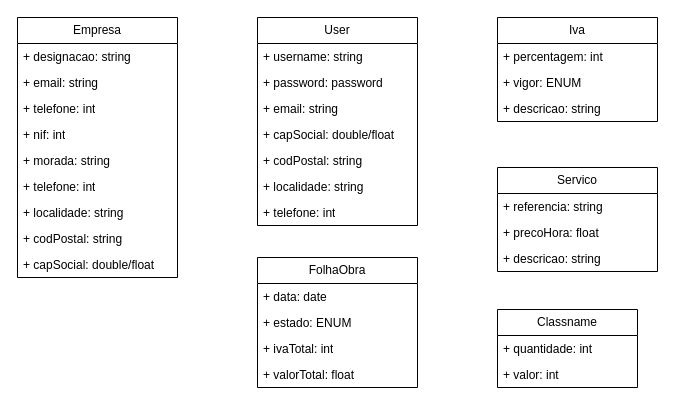
This is doc/ClassDiagram.drawio from doomiinguees/PSI_PWS_PLC, a draw.io file, before an edit. Source tidied: cells renumbered, new cells numbered last; positions are measured from the earlier drawing's top-left corner, leaving out a move shared by most shapes. Both pictures are drawn from the tidied source at 100%, with x=0, y=0 at pixel (17, 17).
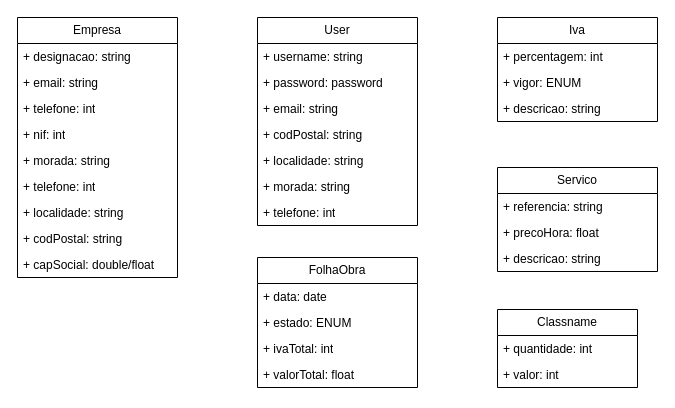
After the change.

The change refers to these unchanged cells:
```xml
<mxCell id="12" value="User" style="swimlane;fontStyle=0;horizontal=1;startSize=26;fillColor=none;whiteSpace=wrap;html=1;" parent="1" vertex="1">
  <mxGeometry x="240" width="160" height="208" as="geometry" />
</mxCell>
```

Change to the diagram source:
```diff
@@
-    <mxCell id="16" value="+ capSocial: double/float" style="text;strokeColor=none;fillColor=none;align=left;verticalAlign=top;spacingLeft=4;spacingRight=4;overflow=hidden;whiteSpace=wrap;html=1;" parent="12" vertex="1">
-      <mxGeometry y="104" width="160" height="26" as="geometry" />
-    </mxCell>
     <mxCell id="17" value="+ codPostal: string" style="text;strokeColor=none;fillColor=none;align=left;verticalAlign=top;spacingLeft=4;spacingRight=4;overflow=hidden;whiteSpace=wrap;html=1;" parent="12" vertex="1">
-      <mxGeometry y="130" width="160" height="26" as="geometry" />
+      <mxGeometry y="104" width="160" height="26" as="geometry" />
     </mxCell>
     <mxCell id="18" value="+ localidade: string" style="text;strokeColor=none;fillColor=none;align=left;verticalAlign=top;spacingLeft=4;spacingRight=4;overflow=hidden;whiteSpace=wrap;html=1;" parent="12" vertex="1">
-      <mxGeometry y="156" width="160" height="26" as="geometry" />
+      <mxGeometry y="130" width="160" height="26" as="geometry" />
     </mxCell>
+    <mxCell id="36" value="+ morada: string&lt;br&gt;" style="text;strokeColor=none;fillColor=none;align=left;verticalAlign=top;spacingLeft=4;spacingRight=4;overflow=hidden;whiteSpace=wrap;html=1;" parent="12" vertex="1">
+      <mxGeometry y="156" width="160" height="26" as="geometry" />
+    </mxCell>
```
